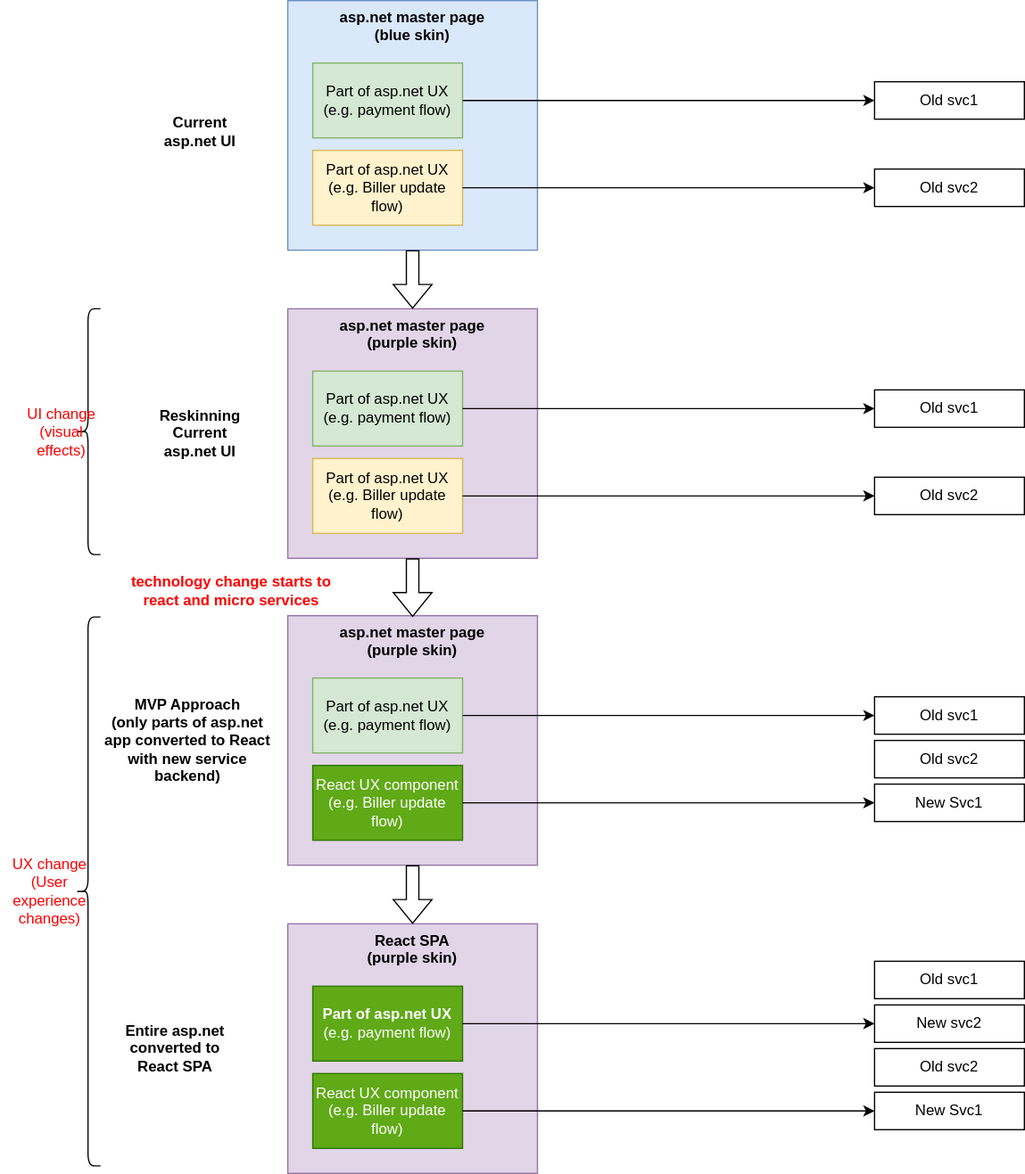
vjavle/invoicecloud keeps this draw.io diagram as microservices/reactreskinning.svg. Above is the earlier version. Source tidied: cells renumbered, new cells last; positions are measured from the earlier drawing's top-left corner, leaving out a move shared by most shapes.
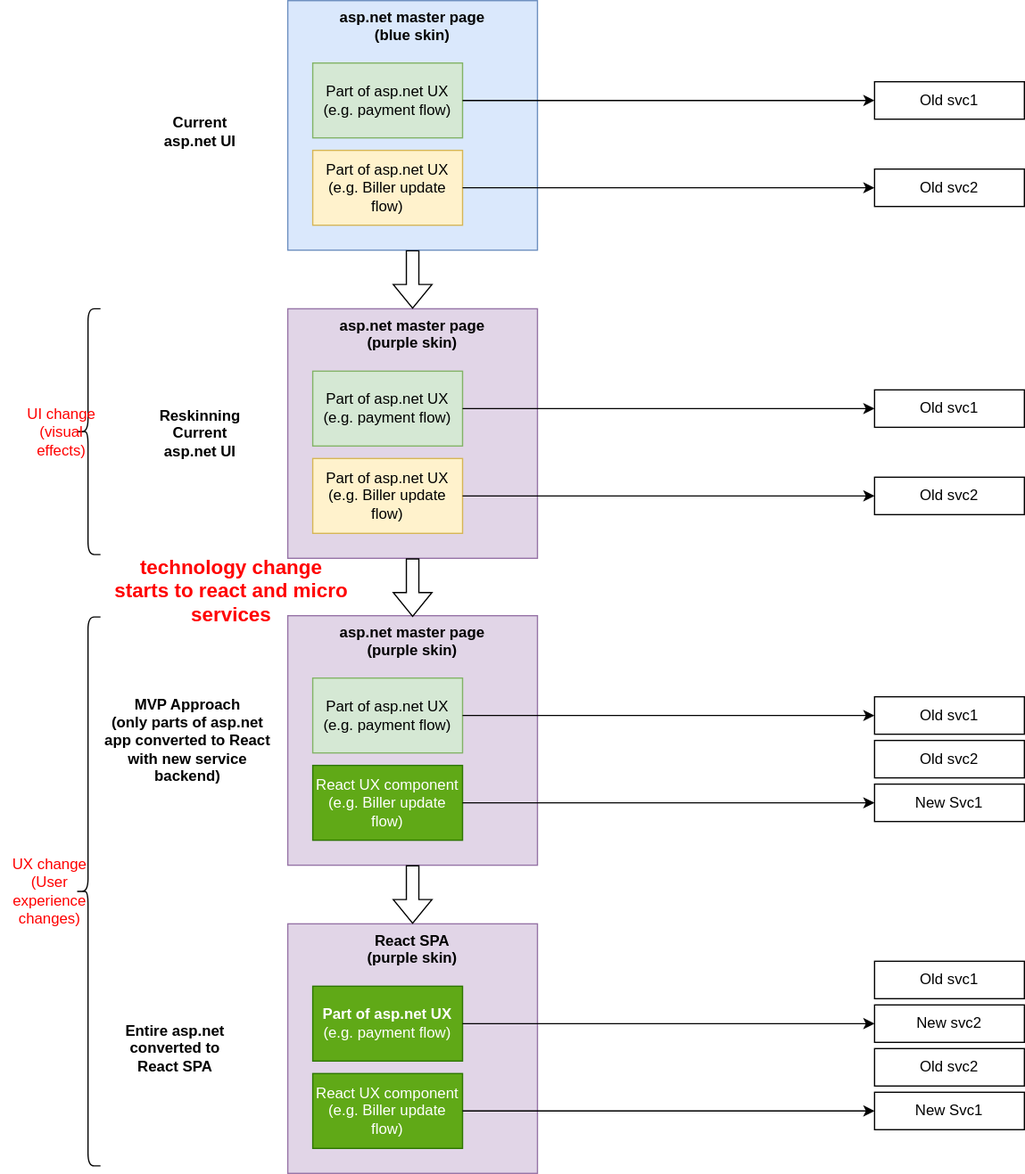
The same file after the commit.

The edit, as a diff of the source:
```diff
@@ -2,7 +2,7 @@
   <root>
     <mxCell id="0" />
     <mxCell id="1" parent="0" />
-    <mxCell id="2" value="technology change starts to react and micro services" style="text;html=1;strokeColor=none;fillColor=none;align=center;verticalAlign=middle;whiteSpace=wrap;rounded=0;fontStyle=1;fontColor=#FF0000;" parent="1" vertex="1">
+    <mxCell id="2" value="technology change starts to react and micro services" style="text;html=1;strokeColor=none;fillColor=none;align=center;verticalAlign=middle;whiteSpace=wrap;rounded=0;fontStyle=1;fontColor=#FF0000;fontSize=16;" parent="1" vertex="1">
       <mxGeometry x="30" y="430" width="190" height="85" as="geometry" />
     </mxCell>
     <mxCell id="3" style="group;" parent="1" vertex="1">
```
